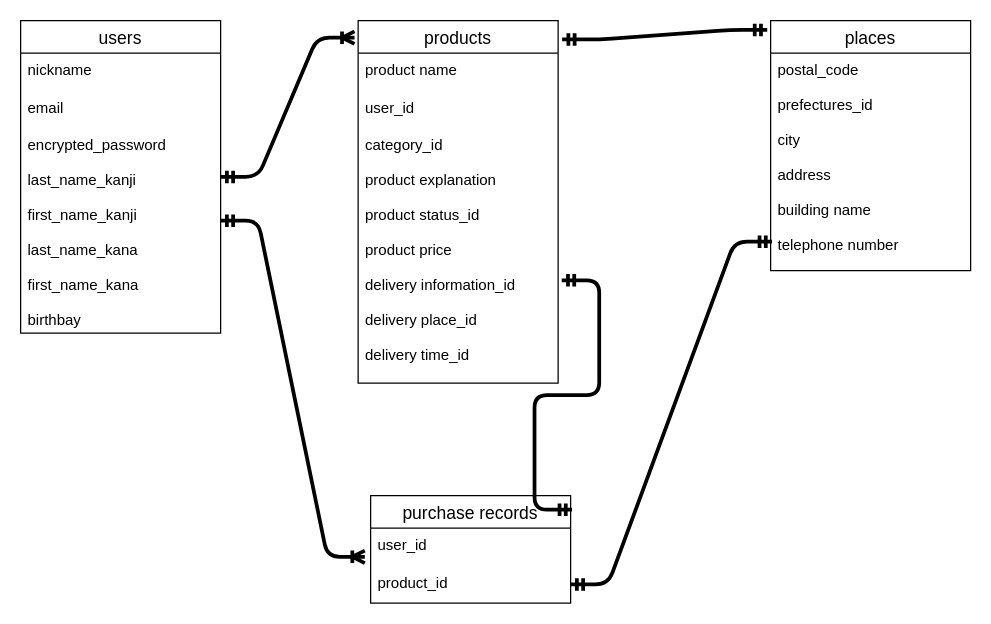
nicole0818/furima-35637 keeps this draw.io diagram as ER図.dio. Above is the earlier version. Source tidied: cells renumbered, new cells numbered last; positions are measured from the earlier drawing's top-left corner, leaving out a move shared by most shapes. Both pictures are drawn from the tidied source at 125%, with x=0, y=0 at pixel (20, 20).
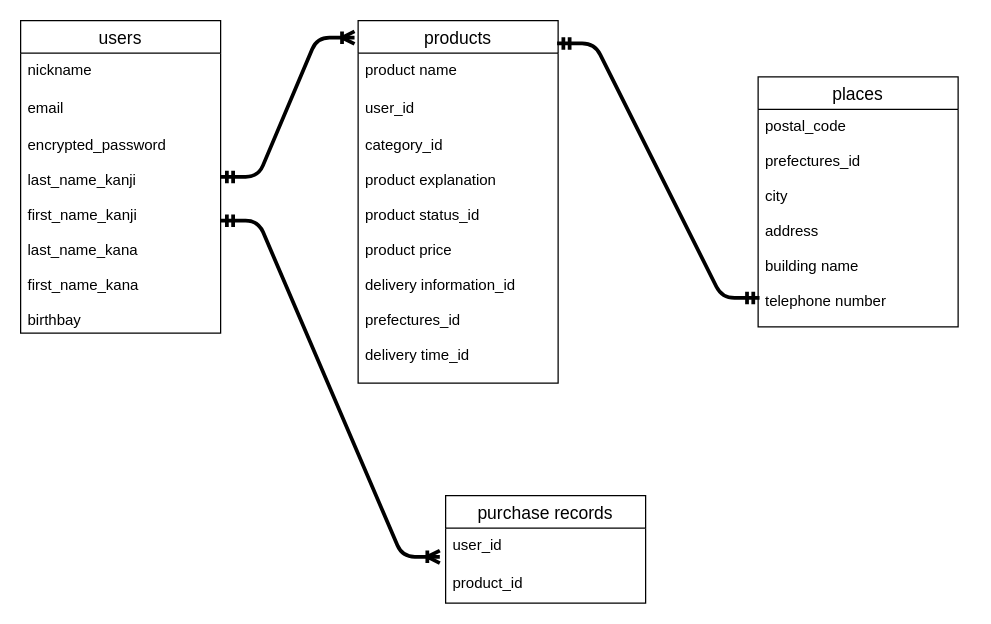
Above is the later version.

The change refers to these unchanged cells:
```xml
<mxCell id="6" value="products" style="swimlane;fontStyle=0;horizontal=1;startSize=26;align=center;fontSize=14;" parent="1" vertex="1">
  <mxGeometry x="270" width="160" height="290" as="geometry" />
</mxCell>
<mxCell id="11" value="postal_code&#10;&#10;prefectures_id&#10;&#10;city&#10;&#10;address&#10;&#10;building name&#10;&#10;telephone number" style="text;strokeColor=none;fillColor=none;spacingLeft=4;spacingRight=4;overflow=hidden;points=[[0,0.5],[1,0.5]];portConstraint=eastwest;fontSize=12;" parent="10" vertex="1">
  <mxGeometry y="26" width="160" height="174" as="geometry" />
</mxCell>
<mxCell id="14" value="product_id" style="text;strokeColor=none;fillColor=none;spacingLeft=4;spacingRight=4;overflow=hidden;points=[[0,0.5],[1,0.5]];portConstraint=eastwest;fontSize=12;" parent="12" vertex="1">
  <mxGeometry y="56" width="160" height="30" as="geometry" />
</mxCell>
```

What changed in the source:
```diff
@@
-    <mxCell id="9" value="category_id&#10;&#10;product explanation&#10;&#10;product status_id&#10;&#10;product price&#10;&#10;delivery information_id&#10;&#10;delivery place_id&#10;&#10;delivery time_id" style="text;strokeColor=none;fillColor=none;spacingLeft=4;spacingRight=4;overflow=hidden;points=[[0,0.5],[1,0.5]];portConstraint=eastwest;fontSize=12;" parent="6" vertex="1">
+    <mxCell id="9" value="category_id&#10;&#10;product explanation&#10;&#10;product status_id&#10;&#10;product price&#10;&#10;delivery information_id&#10;&#10;prefectures_id&#10;&#10;delivery time_id" style="text;strokeColor=none;fillColor=none;spacingLeft=4;spacingRight=4;overflow=hidden;points=[[0,0.5],[1,0.5]];portConstraint=eastwest;fontSize=12;" parent="6" vertex="1">
       <mxGeometry y="86" width="160" height="204" as="geometry" />
     </mxCell>
     <mxCell id="10" value="places" style="swimlane;fontStyle=0;horizontal=1;startSize=26;align=center;fontSize=14;" parent="1" vertex="1">
-      <mxGeometry x="600" width="160" height="200" as="geometry" />
+      <mxGeometry x="590" y="45" width="160" height="200" as="geometry" />
     </mxCell>
@@
     <mxCell id="12" value="purchase records" style="swimlane;fontStyle=0;horizontal=1;startSize=26;align=center;fontSize=14;" parent="1" vertex="1">
-      <mxGeometry x="280" y="380" width="160" height="86" as="geometry" />
+      <mxGeometry x="340" y="380" width="160" height="86" as="geometry" />
     </mxCell>
@@
-    <mxCell id="17" style="edgeStyle=entityRelationEdgeStyle;fontSize=12;html=1;endArrow=ERmandOne;startArrow=ERmandOne;strokeWidth=3;exitX=-0.017;exitY=0.037;exitDx=0;exitDy=0;entryX=1.02;entryY=0.052;entryDx=0;entryDy=0;entryPerimeter=0;exitPerimeter=0;" parent="1" edge="1" source="10" target="6">
-      <mxGeometry relative="1" as="geometry" />
-    </mxCell>
-    <mxCell id="18" style="edgeStyle=entityRelationEdgeStyle;fontSize=12;html=1;endArrow=ERmandOne;startArrow=ERmandOne;strokeWidth=3;entryX=1.018;entryY=0.597;entryDx=0;entryDy=0;entryPerimeter=0;exitX=1.007;exitY=0.131;exitDx=0;exitDy=0;exitPerimeter=0;" parent="1" edge="1" source="12" target="9">
-      <mxGeometry relative="1" as="geometry" />
-    </mxCell>
-    <mxCell id="19" style="edgeStyle=entityRelationEdgeStyle;fontSize=12;html=1;endArrow=ERmandOne;startArrow=ERmandOne;strokeWidth=3;exitX=1;exitY=0.5;exitDx=0;exitDy=0;entryX=0.007;entryY=0.867;entryDx=0;entryDy=0;entryPerimeter=0;" parent="1" edge="1" source="14" target="11">
+    <mxCell id="19" style="edgeStyle=entityRelationEdgeStyle;fontSize=12;html=1;endArrow=ERmandOne;startArrow=ERmandOne;strokeWidth=3;exitX=0.995;exitY=0.063;exitDx=0;exitDy=0;entryX=0.007;entryY=0.867;entryDx=0;entryDy=0;entryPerimeter=0;exitPerimeter=0;" parent="1" edge="1" source="6" target="11">
       <mxGeometry relative="1" as="geometry" />
     </mxCell>
```
